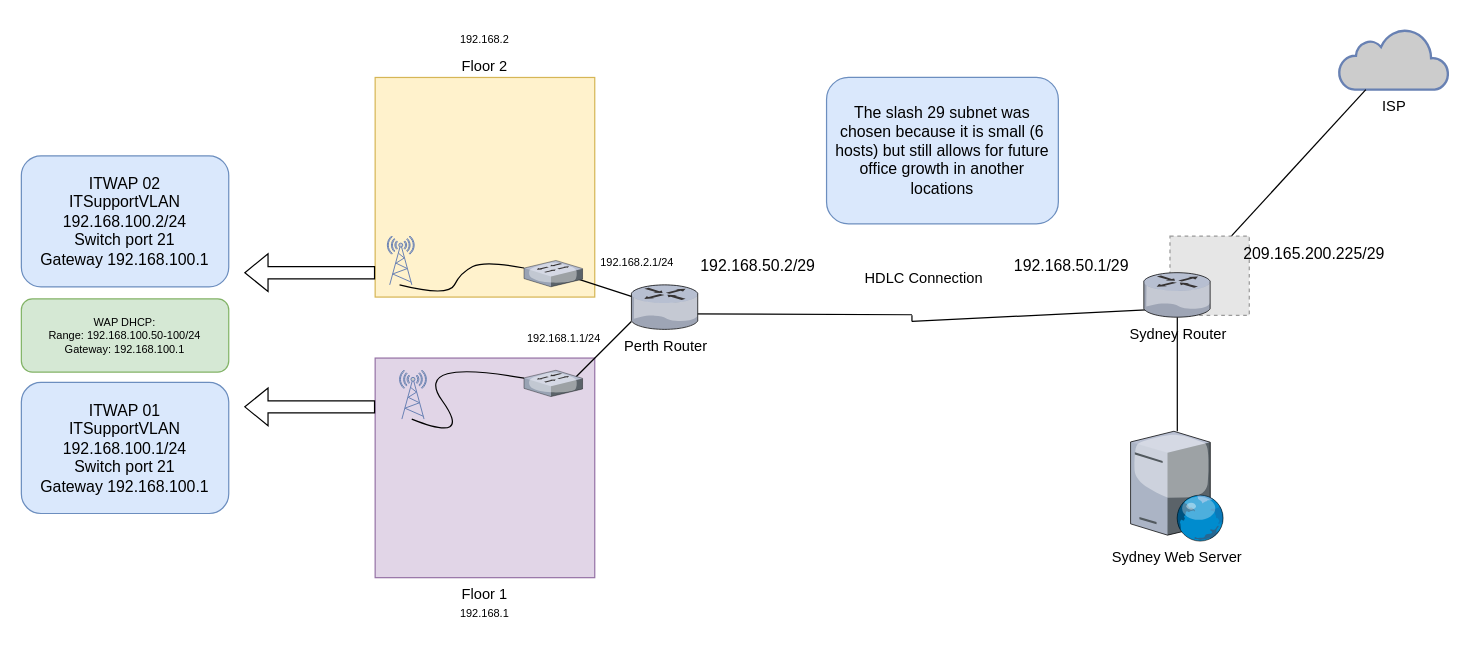
TechWiz-3/Network-Diagrams keeps this draw.io diagram as Case Study Diagram v1.drawio. Above is the earlier version. Source tidied: cells renumbered, new cells numbered last; positions are measured from the earlier drawing's top-left corner, leaving out a move shared by most shapes. Both pictures are drawn from the tidied source at 122%, with x=0, y=0 at pixel (21, 21). Pictures stored in the file or linked from it are replaced by grey dashed boxes.
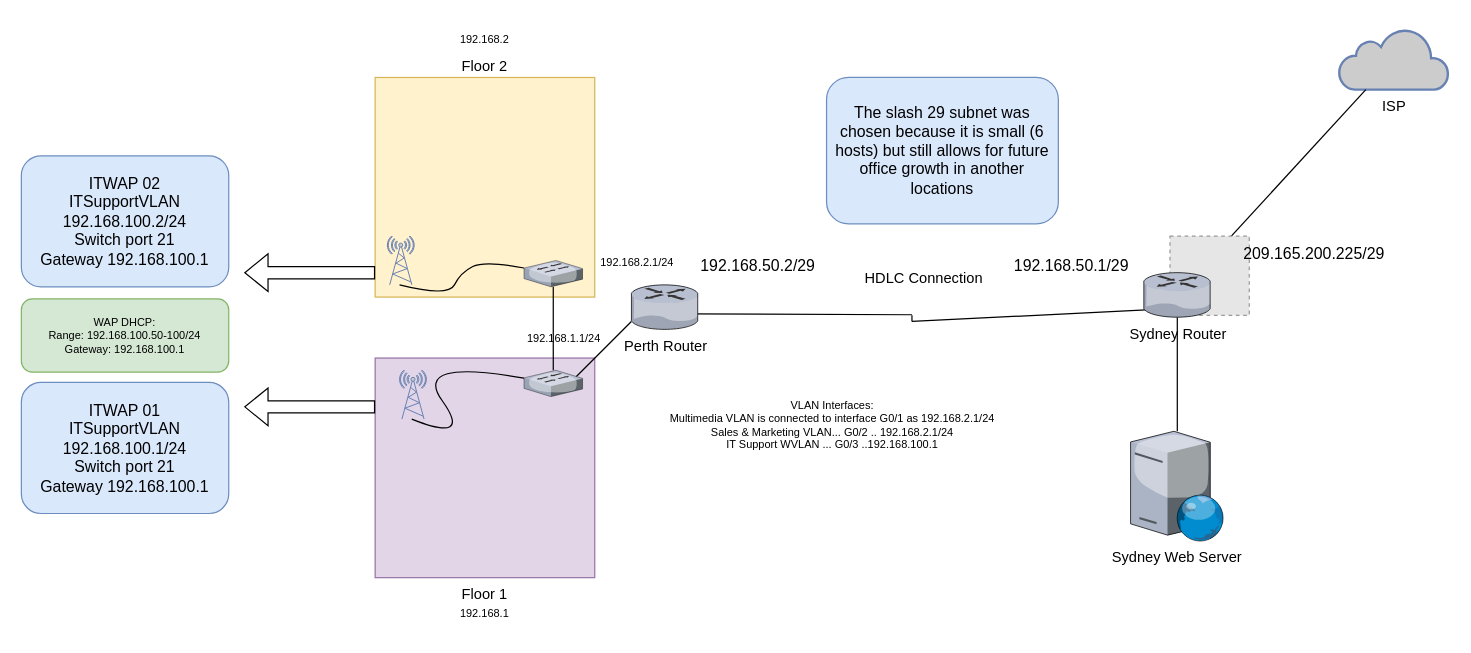
The same diagram, later.

Commit message:
👌 IMPROVE: finally understanding what this is about?

The change refers to these unchanged cells:
```xml
<mxCell id="13" value="&lt;div&gt;Perth Router&lt;/div&gt;" style="verticalLabelPosition=bottom;sketch=0;html=1;verticalAlign=top;strokeColor=none;align=center;outlineConnect=0;shape=mxgraph.citrix.router;fontColor=#000000;" parent="1" vertex="1">
  <mxGeometry x="500" y="216" width="55" height="36.5" as="geometry" />
</mxCell>
<mxCell id="18" style="verticalLabelPosition=bottom;sketch=0;html=1;verticalAlign=top;strokeColor=none;align=center;outlineConnect=0;shape=mxgraph.citrix.switch;fontColor=#000000;" parent="1" vertex="1">
  <mxGeometry x="412" y="286" width="48" height="21.6" as="geometry" />
</mxCell>
<mxCell id="24" style="verticalLabelPosition=bottom;sketch=0;html=1;verticalAlign=top;strokeColor=none;align=center;outlineConnect=0;shape=mxgraph.citrix.switch;fontColor=#000000;" parent="1" vertex="1">
  <mxGeometry x="412" y="196" width="48" height="21.6" as="geometry" />
</mxCell>
```

What changed in the source:
```diff
@@
-    <mxCell id="23" style="endArrow=none;html=1;rounded=0;fontSize=13;fontColor=#000000;" parent="1" edge="1" target="13">
-      <mxGeometry relative="1" as="geometry">
-        <mxPoint x="440" y="206" as="sourcePoint" />
-      </mxGeometry>
+    <mxCell id="23" style="endArrow=none;html=1;rounded=0;fontSize=13;fontColor=#000000;" parent="1" edge="1" source="24" target="18">
+      <mxGeometry relative="1" as="geometry" />
     </mxCell>
@@
+    <mxCell id="38" value="&lt;div&gt;VLAN Interfaces:&lt;/div&gt;&lt;div&gt;Multimedia VLAN is connected to interface G0/1 as 192.168.2.1/24&lt;/div&gt;&lt;div&gt;Sales &amp;amp; Marketing VLAN... G0/2 .. 192.168.2.1/24&lt;/div&gt;&lt;div&gt;IT Support WVLAN ... G0/3 ..192.168.100.1&lt;br&gt;&lt;/div&gt;" style="text;html=1;strokeColor=none;fillColor=none;align=center;verticalAlign=middle;whiteSpace=wrap;rounded=0;fontSize=9;fontColor=#000000;" parent="1" vertex="1">
+      <mxGeometry x="530" y="296" width="270" height="70" as="geometry" />
+    </mxCell>
```
